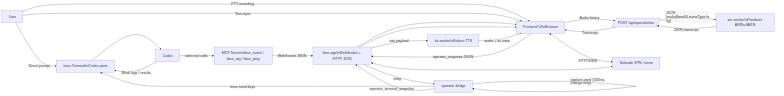
Before: doc/diagrams/high-level-flow.png, a diagram exported from Mermaid (amariichi/MinimumHeadroom). Its source is kept beside it as doc/diagrams/high-level-flow.mmd. Source of this version:
```mermaid
flowchart LR
  U[User]
  TMUX["tmux Terminal\nCodex pane"]
  C[Codex]
  MCP["MCP Server\nface_event / face_say / face_ping"]
  WS["face-app\nWebSocket + HTTP :8765"]
  FE["Frontend UI\nBrowser"]
  BR[operator-bridge]
  ASRP[/POST /api/operator/asr/]
  ASR["asr-worker\nParakeet ASR\nJA/EN"]
  TTS["tts-worker\nKokoro TTS"]
  TS[Tailscale VPN / serve]

  U -- Direct prompt --> TMUX
  U -- PTT recording --> FE
  U -- Text input --> FE

  FE -- Audio binary --> ASRP
  ASRP -- JSON (audioBase64,mimeType,lang) --> ASR
  ASR -- JSON transcript --> ASRP
  ASRP -- Transcript --> FE

  FE -- operator_response JSON --> WS
  WS -- relay --> BR
  BR -- tmux send-keys --> TMUX
  TMUX --> C
  C -- Work logs / results --> TMUX

  BR -- capture-pane (500ms, change-only) --> BR
  BR -- operator_terminal_snapshot --> WS
  WS --> FE

  C -- stdio tool calls --> MCP
  MCP -- WebSocket JSON --> WS
  WS --> FE

  WS -- say payload --> TTS
  TTS -- audio + tts state --> FE

  FE <-- HTTPS/WS --> TS
  TS <---> WS
```
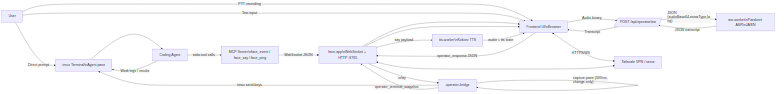
Above is the later version.

What changed in the source:
```diff
@@ -1,7 +1,7 @@
 flowchart LR
   U[User]
-  TMUX["tmux Terminal\nCodex pane"]
-  C[Codex]
+  TMUX["tmux Terminal\nAgent pane"]
+  C[Coding Agent]
   MCP["MCP Server\nface_event / face_say / face_ping"]
   WS["face-app\nWebSocket + HTTP :8765"]
   FE["Frontend UI\nBrowser"]
```
